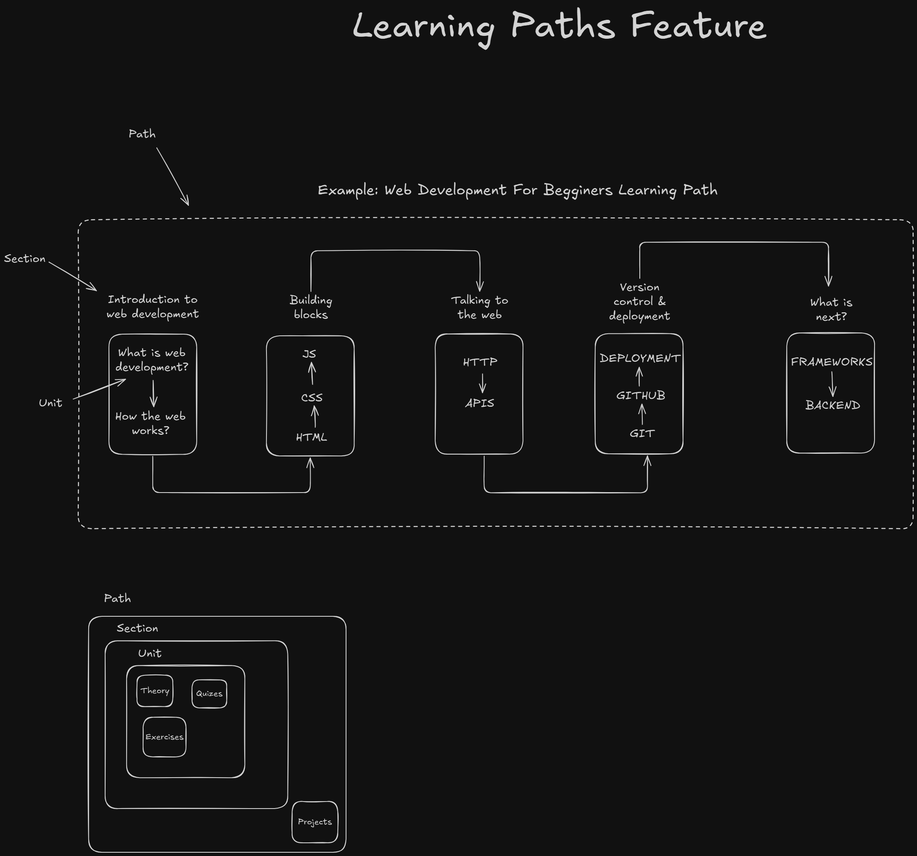
Earlier version of the Excalidraw export docs/res/diagrams/features/learning-paths.excalidraw.png (PathlyLearningPlatform/Backend). Source tidied: one line per element, renumbered; positions are measured from the earlier drawing's top-left corner, leaving out a move shared by most shapes.
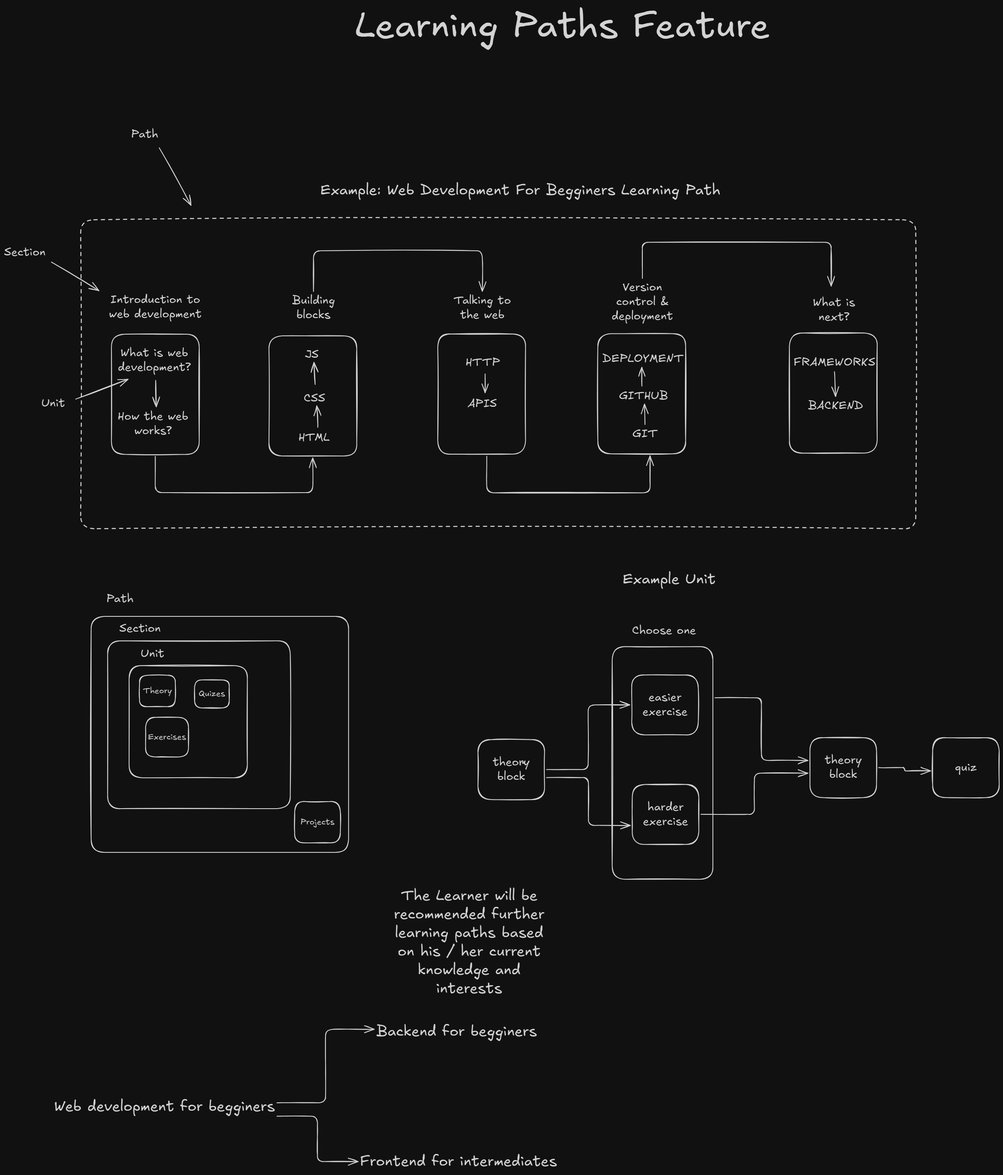
After the change.

Commit message:
updated learning paths feature diagram

What changed in the source:
```diff
@@ -48,9 +48,34 @@
 {"id": 47, "type": "text", "text": "Theory", "strokeColor": "#1e1e1e", "strokeWidth": 2, "roughness": 1, "fontSize": 20, "fontFamily": 5, "textAlign": "center", "verticalAlign": "middle", "inside": 46, "x": 331, "y": 1652, "width": 70, "height": 25}
 {"id": 48, "type": "text", "text": "Learning Paths Feature", "strokeColor": "#1e1e1e", "strokeWidth": 2, "roughness": 1, "fontSize": 88.27, "fontFamily": 5, "textAlign": "center", "x": 845, "y": 0, "width": 1004, "height": 110}
 {"id": 49, "type": "arrow", "strokeColor": "#1e1e1e", "strokeWidth": 2, "roughness": 1, "endArrowhead": "arrow", "to": 1, "x": 109, "y": 625, "width": 115, "height": 69, "points": [[0, 0], [115, 69]]}
-{"id": 50, "type": "text", "text": "Section", "strokeColor": "#1e1e1e", "strokeWidth": 2, "roughness": 1, "fontSize": 28, "fontFamily": 5, "textAlign": "center", "x": 0, "y": 600, "width": 100, "height": 35}
+{"id": 50, "type": "text", "text": "Section", "strokeColor": "#1e1e1e", "strokeWidth": 2, "roughness": 1, "fontSize": 28, "fontFamily": 5, "textAlign": "center", "x": -6, "y": 584, "width": 100, "height": 35}
 {"id": 51, "type": "arrow", "strokeColor": "#1e1e1e", "strokeWidth": 2, "roughness": 1, "endArrowhead": "arrow", "to": 3, "x": 168, "y": 957, "width": 127, "height": 48, "points": [[0, 0], [127, -48]]}
 {"id": 52, "type": "text", "text": "Unit", "strokeColor": "#1e1e1e", "strokeWidth": 2, "roughness": 1, "fontSize": 28, "fontFamily": 5, "textAlign": "center", "x": 84, "y": 951, "width": 57, "height": 35}
 {"id": 53, "type": "rectangle", "strokeColor": "#1e1e1e", "strokeWidth": 2, "strokeStyle": "dashed", "roughness": 1, "round": true, "x": 180, "y": 523, "width": 2024, "height": 749}
 {"id": 54, "type": "arrow", "strokeColor": "#1e1e1e", "strokeWidth": 2, "roughness": 1, "endArrowhead": "arrow", "x": 370, "y": 348, "width": 77, "height": 139, "points": [[0, 0], [77, 139]]}
 {"id": 55, "type": "text", "text": "Path", "strokeColor": "#1e1e1e", "strokeWidth": 2, "roughness": 1, "fontSize": 28, "fontFamily": 5, "textAlign": "center", "x": 302, "y": 299, "width": 66, "height": 35}
+{"id": 56, "type": "text", "text": "Example Unit", "strokeColor": "#1e1e1e", "strokeWidth": 2, "roughness": 1, "fontSize": 36, "fontFamily": 5, "x": 1493, "y": 1372, "width": 226, "height": 45}
+{"id": 57, "type": "rectangle", "strokeColor": "#1e1e1e", "strokeWidth": 2, "roughness": 1, "round": true, "x": 1142, "y": 1783, "width": 161, "height": 145}
+{"id": 58, "type": "text", "text": "theory\nblock", "strokeColor": "#1e1e1e", "strokeWidth": 2, "roughness": 1, "fontSize": 28, "fontFamily": 5, "textAlign": "center", "verticalAlign": "middle", "inside": 57, "x": 1178, "y": 1820, "width": 90, "height": 70}
+{"id": 59, "type": "rectangle", "strokeColor": "#1e1e1e", "strokeWidth": 2, "roughness": 1, "round": true, "x": 1515, "y": 1626, "width": 161, "height": 145}
+{"id": 60, "type": "text", "text": "easier\nexercise", "strokeColor": "#1e1e1e", "strokeWidth": 2, "roughness": 1, "fontSize": 28, "fontFamily": 5, "textAlign": "center", "verticalAlign": "middle", "inside": 59, "x": 1541, "y": 1664, "width": 109, "height": 70}
+{"id": 61, "type": "rectangle", "strokeColor": "#1e1e1e", "strokeWidth": 2, "roughness": 1, "round": true, "x": 1516, "y": 1891, "width": 161, "height": 145}
+{"id": 62, "type": "text", "text": "harder\nexercise", "strokeColor": "#1e1e1e", "strokeWidth": 2, "roughness": 1, "fontSize": 28, "fontFamily": 5, "textAlign": "center", "verticalAlign": "middle", "inside": 61, "x": 1542, "y": 1929, "width": 109, "height": 70}
+{"id": 63, "type": "arrow", "strokeColor": "#1e1e1e", "strokeWidth": 2, "roughness": 1, "endArrowhead": "arrow", "from": 57, "to": 59, "x": 1309, "y": 1855, "width": 201, "height": 157, "points": [[0, 0], [101, 0], [101, -157], [201, -157]]}
+{"id": 64, "type": "arrow", "strokeColor": "#1e1e1e", "strokeWidth": 2, "roughness": 1, "endArrowhead": "arrow", "from": 57, "to": 61, "x": 1309, "y": 1875, "width": 203, "height": 116, "points": [[0, 0], [101, 0], [101, 116], [203, 116]]}
+{"id": 65, "type": "rectangle", "strokeColor": "#1e1e1e", "strokeWidth": 2, "roughness": 1, "round": true, "x": 1468, "y": 1557, "width": 244, "height": 564}
+{"id": 66, "type": "text", "text": "Choose one", "strokeColor": "#1e1e1e", "strokeWidth": 2, "roughness": 1, "fontSize": 28, "fontFamily": 5, "x": 1516, "y": 1501, "width": 155, "height": 35}
+{"id": 67, "type": "arrow", "strokeColor": "#1e1e1e", "strokeWidth": 2, "roughness": 1, "endArrowhead": "arrow", "from": 65, "to": 70, "x": 1717, "y": 1681, "width": 225, "height": 152, "points": [[0, 0], [113, 0], [113, 152], [225, 152]]}
+{"id": 68, "type": "arrow", "strokeColor": "#1e1e1e", "strokeWidth": 2, "roughness": 1, "endArrowhead": "arrow", "from": 61, "to": 70, "x": 1683, "y": 1964, "width": 259, "height": 100, "points": [[0, 0], [130, 0], [130, -100], [259, -100]]}
+{"id": 69, "type": "rectangle", "strokeColor": "#1e1e1e", "strokeWidth": 2, "roughness": 1, "round": true, "x": 1250, "y": 1837, "width": 4, "height": 3}
+{"id": 70, "type": "rectangle", "strokeColor": "#1e1e1e", "strokeWidth": 2, "roughness": 1, "round": true, "x": 1947, "y": 1778, "width": 161, "height": 145}
+{"id": 71, "type": "text", "text": "theory\nblock", "strokeColor": "#1e1e1e", "strokeWidth": 2, "roughness": 1, "fontSize": 28, "fontFamily": 5, "textAlign": "center", "verticalAlign": "middle", "inside": 70, "x": 1983, "y": 1816, "width": 90, "height": 70}
+{"id": 72, "type": "arrow", "strokeColor": "#1e1e1e", "strokeWidth": 2, "roughness": 1, "endArrowhead": "arrow", "from": 70, "to": 73, "x": 2113, "y": 1851, "width": 126, "height": 8, "points": [[0, 0], [63, 0], [63, 8], [126, 8]]}
+{"id": 73, "type": "rectangle", "strokeColor": "#1e1e1e", "strokeWidth": 2, "roughness": 1, "round": true, "x": 2244, "y": 1778, "width": 161, "height": 145}
+{"id": 74, "type": "text", "text": "quiz", "strokeColor": "#1e1e1e", "strokeWidth": 2, "roughness": 1, "fontSize": 28, "fontFamily": 5, "textAlign": "center", "verticalAlign": "middle", "inside": 73, "x": 2298, "y": 1833, "width": 53, "height": 35}
+{"id": 75, "type": "text", "text": "Web development for begginers", "strokeColor": "#1e1e1e", "strokeWidth": 2, "roughness": 1, "fontSize": 36, "fontFamily": 5, "textAlign": "center", "x": 115, "y": 2650, "width": 535, "height": 45}
+{"id": 76, "type": "text", "text": "Backend for begginers", "strokeColor": "#1e1e1e", "strokeWidth": 2, "roughness": 1, "fontSize": 36, "fontFamily": 5, "textAlign": "center", "x": 896, "y": 2468, "width": 389, "height": 45}
+{"id": 77, "type": "text", "text": "Frontend for intermediates", "strokeColor": "#1e1e1e", "strokeWidth": 2, "roughness": 1, "fontSize": 36, "fontFamily": 5, "textAlign": "center", "x": 857, "y": 2783, "width": 477, "height": 45}
+{"id": 78, "type": "arrow", "strokeColor": "#1e1e1e", "strokeWidth": 2, "roughness": 1, "endArrowhead": "arrow", "from": 75, "to": 76, "x": 655, "y": 2663, "width": 236, "height": 178, "points": [[0, 0], [118, 0], [118, -178], [236, -178]]}
+{"id": 79, "type": "arrow", "strokeColor": "#1e1e1e", "strokeWidth": 2, "roughness": 1, "endArrowhead": "arrow", "from": 75, "to": 77, "x": 655, "y": 2695, "width": 196, "height": 110, "points": [[0, 0], [98, 0], [98, 110], [196, 110]]}
+{"id": 80, "type": "text", "text": "The Learner will be\nrecommended further\nlearning paths based\non his / her current\nknowledge and\ninterests", "strokeColor": "#1e1e1e", "strokeWidth": 2, "roughness": 1, "fontSize": 36, "fontFamily": 5, "textAlign": "center", "x": 920, "y": 2140, "width": 403, "height": 270}
```
